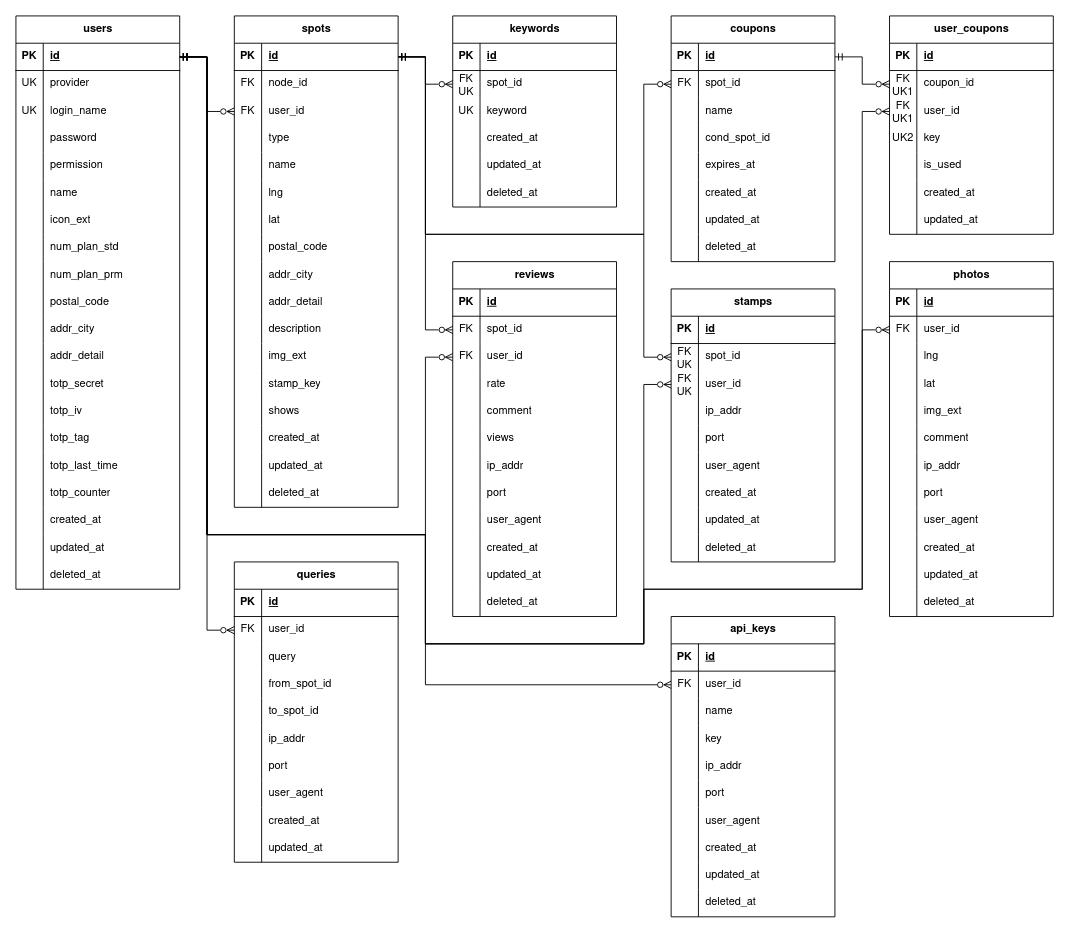
Above: docs/figure/naibu-er.drawio in r02092/se2025 (draw.io), before the change. Source tidied: cells renumbered, new cells numbered last; positions are measured from the earlier drawing's top-left corner, leaving out a move shared by most shapes. Both pictures are drawn from the tidied source at 91%, with x=0, y=0 at pixel (15, 15).
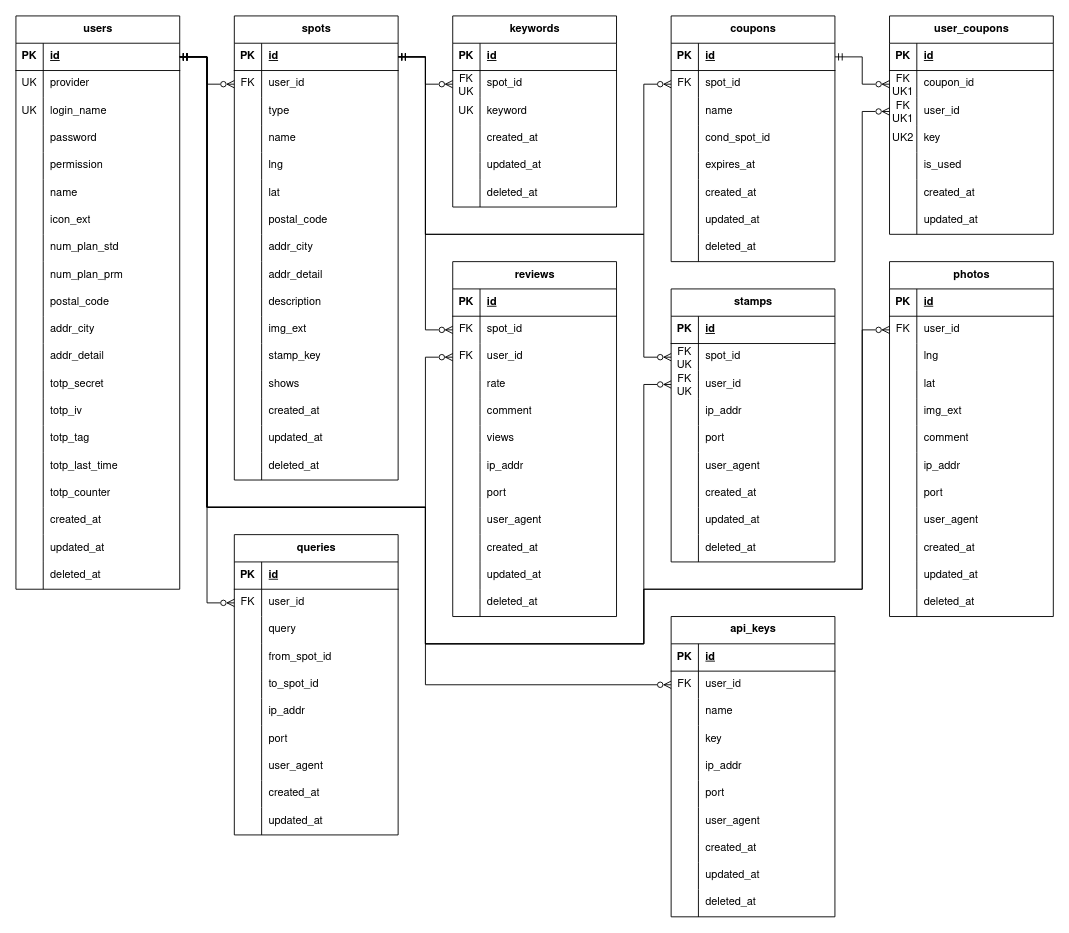
The same diagram, later.

Commit message (it also covers changes not shown here):
node_idを削除

The change refers to these unchanged cells:
```xml
<mxCell id="55" style="shape=tableRow;horizontal=0;startSize=0;swimlaneHead=0;swimlaneBody=0;fillColor=none;points=[[0,0.5],[1,0.5]];portConstraint=eastwest;top=0;left=0;right=0;bottom=1;fontFamily=Nimbus Sans;" parent="54" vertex="1">
  <mxGeometry y="30" width="180" height="30" as="geometry" />
</mxCell>
<mxCell id="122" style="shape=tableRow;horizontal=0;startSize=0;swimlaneHead=0;swimlaneBody=0;fillColor=none;points=[[0,0.5],[1,0.5]];portConstraint=eastwest;top=0;left=0;right=0;bottom=0;fontFamily=Nimbus Sans;" parent="115" vertex="1">
  <mxGeometry y="90" width="180" height="30" as="geometry" />
</mxCell>
<mxCell id="156" style="shape=tableRow;horizontal=0;startSize=0;swimlaneHead=0;swimlaneBody=0;fillColor=none;points=[[0,0.5],[1,0.5]];portConstraint=eastwest;top=0;left=0;right=0;bottom=0;fontFamily=Nimbus Sans;" parent="152" vertex="1">
  <mxGeometry y="60" width="180" height="30" as="geometry" />
</mxCell>
<mxCell id="197" style="shape=tableRow;horizontal=0;startSize=0;swimlaneHead=0;swimlaneBody=0;fillColor=none;points=[[0,0.5],[1,0.5]];portConstraint=eastwest;top=0;left=0;right=0;bottom=0;fontFamily=Nimbus Sans;" parent="190" vertex="1">
  <mxGeometry y="90" width="180" height="30" as="geometry" />
</mxCell>
<mxCell id="250" style="shape=tableRow;horizontal=0;startSize=0;swimlaneHead=0;swimlaneBody=0;fillColor=none;points=[[0,0.5],[1,0.5]];portConstraint=eastwest;top=0;left=0;right=0;bottom=0;fontFamily=Nimbus Sans;" parent="243" vertex="1">
  <mxGeometry y="90" width="180" height="30" as="geometry" />
</mxCell>
<mxCell id="329" style="shape=tableRow;horizontal=0;startSize=0;swimlaneHead=0;swimlaneBody=0;fillColor=none;points=[[0,0.5],[1,0.5]];portConstraint=eastwest;top=0;left=0;right=0;bottom=0;fontFamily=Nimbus Sans;" parent="325" vertex="1">
  <mxGeometry y="60" width="180" height="30" as="geometry" />
</mxCell>
```

The edit, as a diff of the source:
```diff
@@
     <mxCell id="2" value="spots" style="shape=table;startSize=30;childLayout=tableLayout;rowLines=0;fontStyle=1;align=center;html=1;fontFamily=Nimbus Sans;" parent="1" vertex="1">
-      <mxGeometry x="240" width="180" height="540" as="geometry" />
+      <mxGeometry x="240" width="180" height="510" as="geometry" />
     </mxCell>
@@
-    <mxCell id="6" style="shape=tableRow;horizontal=0;startSize=0;swimlaneHead=0;swimlaneBody=0;fillColor=none;top=0;left=0;right=0;bottom=0;fontFamily=Nimbus Sans;" parent="2" vertex="1">
-      <mxGeometry y="60" width="180" height="30" as="geometry" />
-    </mxCell>
-    <mxCell id="7" value="FK" style="shape=partialRectangle;fillColor=none;top=0;left=0;bottom=0;right=0;overflow=hidden;whiteSpace=wrap;html=1;fontFamily=Nimbus Sans;" parent="6" vertex="1">
-      <mxGeometry width="30" height="30" as="geometry" />
-    </mxCell>
-    <mxCell id="8" value="node_id" style="shape=partialRectangle;fillColor=none;top=0;left=0;bottom=0;right=0;align=left;spacingLeft=6;overflow=hidden;whiteSpace=wrap;html=1;fontFamily=Nimbus Sans;" parent="6" vertex="1">
-      <mxGeometry x="30" width="150" height="30" as="geometry" />
-    </mxCell>
     <mxCell id="9" style="shape=tableRow;horizontal=0;startSize=0;swimlaneHead=0;swimlaneBody=0;fillColor=none;points=[[0,0.5],[1,0.5]];portConstraint=eastwest;top=0;left=0;right=0;bottom=0;fontFamily=Nimbus Sans;" parent="2" vertex="1">
-      <mxGeometry y="90" width="180" height="30" as="geometry" />
+      <mxGeometry y="60" width="180" height="30" as="geometry" />
     </mxCell>
@@
     <mxCell id="12" style="shape=tableRow;horizontal=0;startSize=0;swimlaneHead=0;swimlaneBody=0;fillColor=none;top=0;left=0;right=0;bottom=0;fontFamily=Nimbus Sans;" parent="2" vertex="1">
-      <mxGeometry y="120" width="180" height="30" as="geometry" />
+      <mxGeometry y="90" width="180" height="30" as="geometry" />
     </mxCell>
@@
     <mxCell id="15" style="shape=tableRow;horizontal=0;startSize=0;swimlaneHead=0;swimlaneBody=0;fillColor=none;top=0;left=0;right=0;bottom=0;fontFamily=Nimbus Sans;" parent="2" vertex="1">
-      <mxGeometry y="150" width="180" height="30" as="geometry" />
+      <mxGeometry y="120" width="180" height="30" as="geometry" />
     </mxCell>
@@
     <mxCell id="18" style="shape=tableRow;horizontal=0;startSize=0;swimlaneHead=0;swimlaneBody=0;fillColor=none;top=0;left=0;right=0;bottom=0;fontFamily=Nimbus Sans;" parent="2" vertex="1">
-      <mxGeometry y="180" width="180" height="30" as="geometry" />
+      <mxGeometry y="150" width="180" height="30" as="geometry" />
     </mxCell>
@@
     <mxCell id="21" style="shape=tableRow;horizontal=0;startSize=0;swimlaneHead=0;swimlaneBody=0;fillColor=none;top=0;left=0;right=0;bottom=0;fontFamily=Nimbus Sans;" parent="2" vertex="1">
-      <mxGeometry y="210" width="180" height="30" as="geometry" />
+      <mxGeometry y="180" width="180" height="30" as="geometry" />
     </mxCell>
@@
     <mxCell id="24" style="shape=tableRow;horizontal=0;startSize=0;swimlaneHead=0;swimlaneBody=0;fillColor=none;top=0;left=0;right=0;bottom=0;fontFamily=Nimbus Sans;" parent="2" vertex="1">
-      <mxGeometry y="240" width="180" height="30" as="geometry" />
+      <mxGeometry y="210" width="180" height="30" as="geometry" />
     </mxCell>
@@
     <mxCell id="27" style="shape=tableRow;horizontal=0;startSize=0;swimlaneHead=0;swimlaneBody=0;fillColor=none;top=0;left=0;right=0;bottom=0;fontFamily=Nimbus Sans;" parent="2" vertex="1">
-      <mxGeometry y="270" width="180" height="30" as="geometry" />
+      <mxGeometry y="240" width="180" height="30" as="geometry" />
     </mxCell>
@@
     <mxCell id="30" style="shape=tableRow;horizontal=0;startSize=0;swimlaneHead=0;swimlaneBody=0;fillColor=none;top=0;left=0;right=0;bottom=0;fontFamily=Nimbus Sans;" parent="2" vertex="1">
-      <mxGeometry y="300" width="180" height="30" as="geometry" />
+      <mxGeometry y="270" width="180" height="30" as="geometry" />
     </mxCell>
@@
     <mxCell id="33" style="shape=tableRow;horizontal=0;startSize=0;swimlaneHead=0;swimlaneBody=0;fillColor=none;top=0;left=0;right=0;bottom=0;fontFamily=Nimbus Sans;" parent="2" vertex="1">
-      <mxGeometry y="330" width="180" height="30" as="geometry" />
+      <mxGeometry y="300" width="180" height="30" as="geometry" />
     </mxCell>
@@
     <mxCell id="36" style="shape=tableRow;horizontal=0;startSize=0;swimlaneHead=0;swimlaneBody=0;fillColor=none;top=0;left=0;right=0;bottom=0;fontFamily=Nimbus Sans;" parent="2" vertex="1">
-      <mxGeometry y="360" width="180" height="30" as="geometry" />
+      <mxGeometry y="330" width="180" height="30" as="geometry" />
     </mxCell>
@@
     <mxCell id="39" style="shape=tableRow;horizontal=0;startSize=0;swimlaneHead=0;swimlaneBody=0;fillColor=none;top=0;left=0;right=0;bottom=0;fontFamily=Nimbus Sans;" parent="2" vertex="1">
-      <mxGeometry y="390" width="180" height="30" as="geometry" />
+      <mxGeometry y="360" width="180" height="30" as="geometry" />
     </mxCell>
@@
     <mxCell id="42" style="shape=tableRow;horizontal=0;startSize=0;swimlaneHead=0;swimlaneBody=0;fillColor=none;top=0;left=0;right=0;bottom=0;fontFamily=Nimbus Sans;" parent="2" vertex="1">
-      <mxGeometry y="420" width="180" height="30" as="geometry" />
+      <mxGeometry y="390" width="180" height="30" as="geometry" />
     </mxCell>
@@
     <mxCell id="45" style="shape=tableRow;horizontal=0;startSize=0;swimlaneHead=0;swimlaneBody=0;fillColor=none;top=0;left=0;right=0;bottom=0;fontFamily=Nimbus Sans;" parent="2" vertex="1">
-      <mxGeometry y="450" width="180" height="30" as="geometry" />
+      <mxGeometry y="420" width="180" height="30" as="geometry" />
     </mxCell>
@@
     <mxCell id="48" style="shape=tableRow;horizontal=0;startSize=0;swimlaneHead=0;swimlaneBody=0;fillColor=none;top=0;left=0;right=0;bottom=0;fontFamily=Nimbus Sans;" parent="2" vertex="1">
-      <mxGeometry y="480" width="180" height="30" as="geometry" />
+      <mxGeometry y="450" width="180" height="30" as="geometry" />
     </mxCell>
@@
     <mxCell id="51" style="shape=tableRow;horizontal=0;startSize=0;swimlaneHead=0;swimlaneBody=0;fillColor=none;top=0;left=0;right=0;bottom=0;fontFamily=Nimbus Sans;" parent="2" vertex="1">
-      <mxGeometry y="510" width="180" height="30" as="geometry" />
+      <mxGeometry y="480" width="180" height="30" as="geometry" />
     </mxCell>
@@
     <mxCell id="265" value="queries" style="shape=table;startSize=30;childLayout=tableLayout;rowLines=0;fontStyle=1;align=center;html=1;fontFamily=Nimbus Sans;" parent="1" vertex="1">
-      <mxGeometry x="240" y="600" width="180" height="330" as="geometry" />
+      <mxGeometry x="240" y="570" width="180" height="330" as="geometry" />
     </mxCell>
@@
     <mxCell id="321" style="edgeStyle=orthogonalEdgeStyle;rounded=0;jettySize=auto;html=1;exitX=1;exitY=0.5;exitDx=0;exitDy=0;startArrow=ERmandOne;startFill=0;endArrow=ERzeroToMany;endFill=0;" parent="1" edge="1" source="55" target="122">
       <mxGeometry relative="1" as="geometry">
         <Array as="points">
           <mxPoint x="210" y="45" />
-          <mxPoint x="210" y="570" />
-          <mxPoint x="450" y="570" />
+          <mxPoint x="210" y="540" />
+          <mxPoint x="450" y="540" />
           <mxPoint x="450" y="375" />
         </Array>
       </mxGeometry>
     </mxCell>
     <mxCell id="322" style="edgeStyle=orthogonalEdgeStyle;rounded=0;jettySize=auto;html=1;exitX=1;exitY=0.5;exitDx=0;exitDy=0;entryX=0;entryY=0.5;entryDx=0;entryDy=0;startArrow=ERmandOne;startFill=0;endArrow=ERzeroToMany;endFill=0;" parent="1" edge="1" source="55" target="197">
       <mxGeometry relative="1" as="geometry">
         <Array as="points">
           <mxPoint x="210" y="45" />
-          <mxPoint x="210" y="570" />
-          <mxPoint x="450" y="570" />
+          <mxPoint x="210" y="540" />
+          <mxPoint x="450" y="540" />
           <mxPoint x="450" y="690" />
           <mxPoint x="690" y="690" />
           <mxPoint x="690" y="405" />
         </Array>
       </mxGeometry>
     </mxCell>
     <mxCell id="323" style="edgeStyle=orthogonalEdgeStyle;rounded=0;jettySize=auto;html=1;exitX=1;exitY=0.5;exitDx=0;exitDy=0;entryX=0;entryY=0.5;entryDx=0;entryDy=0;startArrow=ERmandOne;startFill=0;endArrow=ERzeroToMany;endFill=0;" parent="1" edge="1" source="55" target="250">
       <mxGeometry relative="1" as="geometry">
         <Array as="points">
           <mxPoint x="210" y="45" />
-          <mxPoint x="210" y="570" />
-          <mxPoint x="450" y="570" />
+          <mxPoint x="210" y="540" />
+          <mxPoint x="450" y="540" />
           <mxPoint x="450" y="690" />
           <mxPoint x="690" y="690" />
           <mxPoint x="690" y="630" />
           <mxPoint x="930" y="630" />
           <mxPoint x="930" y="105" />
         </Array>
       </mxGeometry>
     </mxCell>
     <mxCell id="324" style="edgeStyle=orthogonalEdgeStyle;rounded=0;jettySize=auto;html=1;exitX=1;exitY=0.5;exitDx=0;exitDy=0;entryX=0;entryY=0.5;entryDx=0;entryDy=0;startArrow=ERmandOne;startFill=0;endArrow=ERzeroToMany;endFill=0;" parent="1" edge="1" source="55" target="156">
       <mxGeometry relative="1" as="geometry">
         <Array as="points">
           <mxPoint x="210" y="45" />
-          <mxPoint x="210" y="570" />
-          <mxPoint x="450" y="570" />
+          <mxPoint x="210" y="540" />
+          <mxPoint x="450" y="540" />
           <mxPoint x="450" y="690" />
           <mxPoint x="690" y="690" />
           <mxPoint x="690" y="630" />
           <mxPoint x="930" y="630" />
           <mxPoint x="930" y="345" />
         </Array>
       </mxGeometry>
     </mxCell>
@@
     <mxCell id="356" style="edgeStyle=orthogonalEdgeStyle;rounded=0;jettySize=auto;html=1;exitX=1;exitY=0.5;exitDx=0;exitDy=0;entryX=0;entryY=0.5;entryDx=0;entryDy=0;startArrow=ERmandOne;startFill=0;endArrow=ERzeroToMany;endFill=0;" parent="1" edge="1" source="55" target="329">
       <mxGeometry relative="1" as="geometry">
         <Array as="points">
           <mxPoint x="210" y="45" />
-          <mxPoint x="210" y="570" />
-          <mxPoint x="450" y="570" />
+          <mxPoint x="210" y="540" />
+          <mxPoint x="450" y="540" />
           <mxPoint x="450" y="735" />
         </Array>
       </mxGeometry>
     </mxCell>
```
